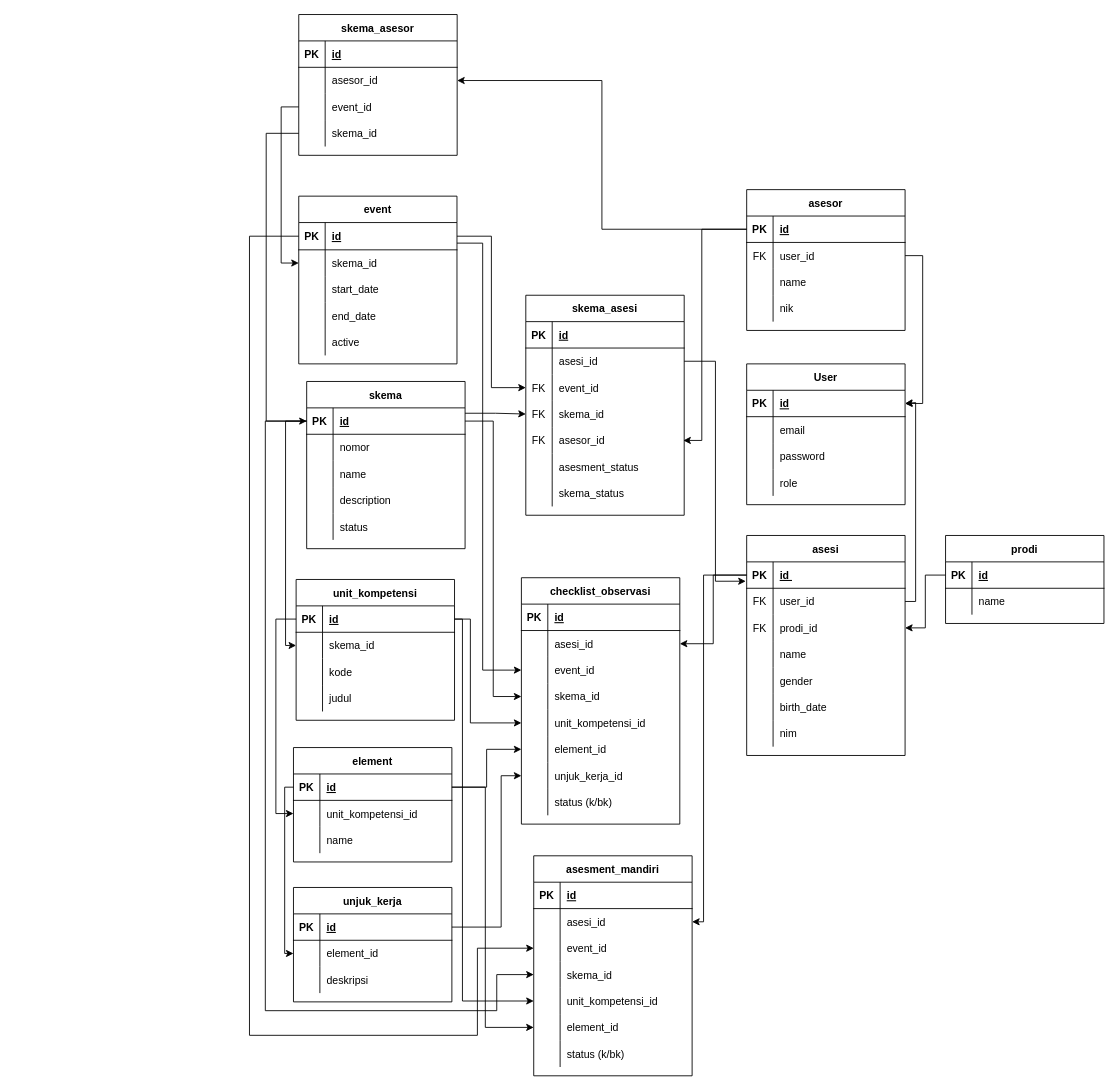
The draw.io diagram erd.drawio in nzzar/proyeklsp, before the edit. Source tidied: cells renumbered, new cells numbered last; positions are measured from the earlier drawing's top-left corner, leaving out a move shared by most shapes. Both pictures are drawn from the tidied source at 88%, with x=0, y=0 at pixel (249, 14).
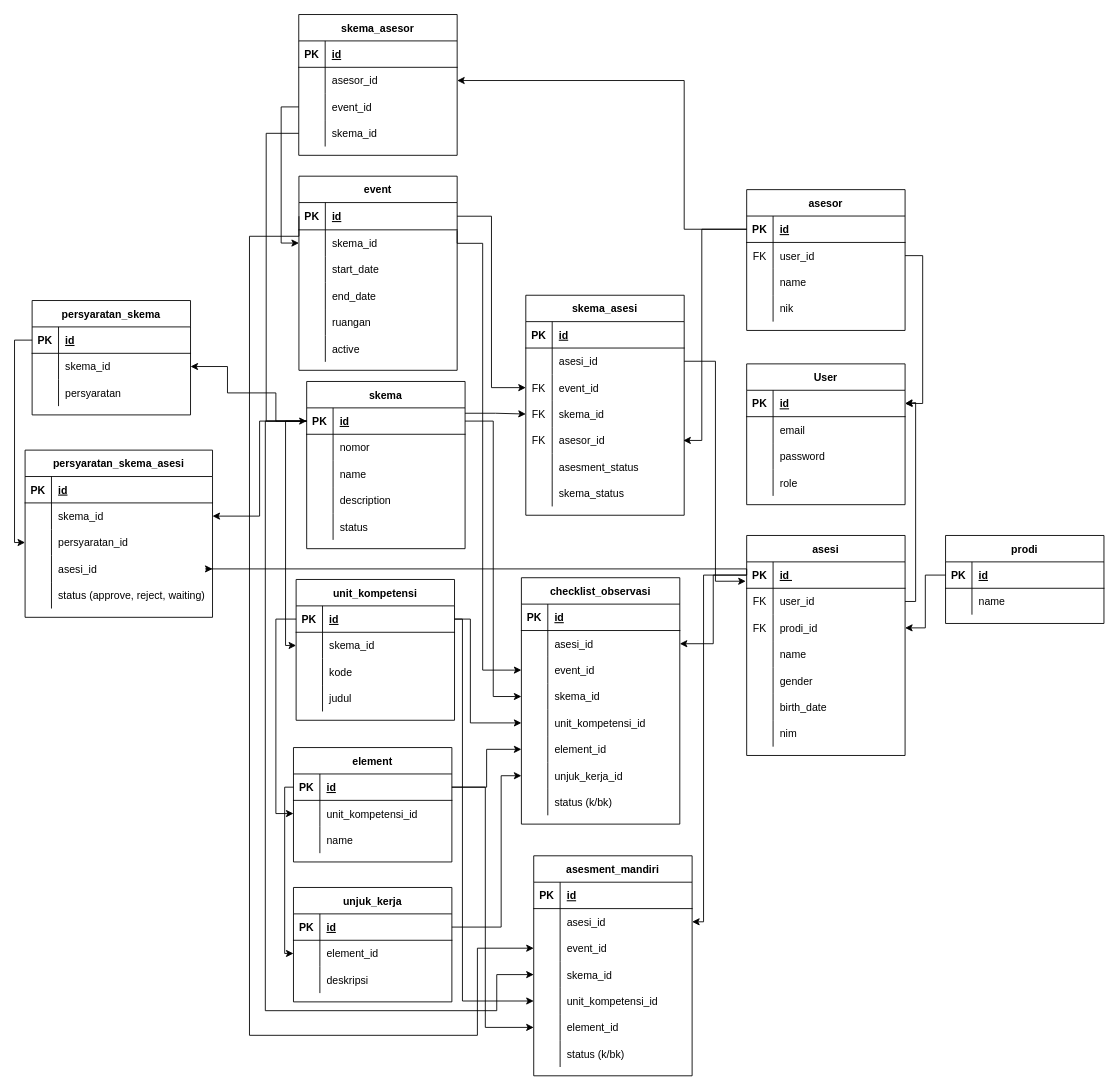
The same diagram, later.

The change refers to these unchanged cells:
```xml
<mxCell id="16" style="shape=tableRow;horizontal=0;startSize=0;swimlaneHead=0;swimlaneBody=0;fillColor=none;points=[[0,0.5],[1,0.5]];portConstraint=eastwest;top=0;left=0;right=0;bottom=1;" parent="15" vertex="1">
  <mxGeometry y="30" width="180" height="30" as="geometry" />
</mxCell>
<mxCell id="45" style="shape=tableRow;horizontal=0;startSize=0;swimlaneHead=0;swimlaneBody=0;fillColor=none;points=[[0,0.5],[1,0.5]];portConstraint=eastwest;top=0;left=0;right=0;bottom=1;" parent="44" vertex="1">
  <mxGeometry y="30" width="180" height="30" as="geometry" />
</mxCell>
<mxCell id="79" style="shape=tableRow;horizontal=0;startSize=0;swimlaneHead=0;swimlaneBody=0;fillColor=none;points=[[0,0.5],[1,0.5]];portConstraint=eastwest;top=0;left=0;right=0;bottom=1;" parent="78" vertex="1">
  <mxGeometry y="30" width="180" height="30" as="geometry" />
</mxCell>
<mxCell id="122" style="shape=tableRow;horizontal=0;startSize=0;swimlaneHead=0;swimlaneBody=0;fillColor=none;points=[[0,0.5],[1,0.5]];portConstraint=eastwest;top=0;left=0;right=0;bottom=0;" parent="118" vertex="1">
  <mxGeometry y="60" width="180" height="30" as="geometry" />
</mxCell>
```

Change to the diagram source:
```diff
@@
     <mxCell id="61" value="event" style="shape=table;startSize=30;childLayout=tableLayout;rowLines=0;fontStyle=1;align=center;points=[[0,0,0,0,0],[0,0.25,0,0,0],[0,0.5,0,0,0],[0,0.75,0,0,0],[0,1,0,0,0],[0.25,0,0,0,0],[0.25,1,0,0,0],[0.5,0,0,0,0],[0.5,1,0,0,0],[0.75,0,0,0,0],[0.75,1,0,0,0],[1,0,0,0,0],[1,0.22,0,0,0],[1,0.28,0,0,0],[1,0.5,0,0,0],[1,0.75,0,0,0],[1,1,0,0,0]];" parent="1" vertex="1">
-      <mxGeometry x="56" y="206.4" width="179.8" height="190.6" as="geometry" />
+      <mxGeometry x="56.2" y="183.7" width="179.8" height="220.6" as="geometry" />
     </mxCell>
@@
+    <mxCell id="228" style="shape=tableRow;horizontal=0;startSize=0;swimlaneHead=0;swimlaneBody=0;fillColor=none;top=0;left=0;right=0;bottom=0;" parent="61" vertex="1">
+      <mxGeometry y="151" width="179.8" height="30" as="geometry" />
+    </mxCell>
+    <mxCell id="229" style="shape=partialRectangle;fillColor=none;top=0;left=0;bottom=0;right=0;overflow=hidden;" parent="228" vertex="1">
+      <mxGeometry width="30" height="30" as="geometry" />
+    </mxCell>
+    <mxCell id="230" value="ruangan" style="shape=partialRectangle;fillColor=none;top=0;left=0;bottom=0;right=0;align=left;spacingLeft=6;overflow=hidden;" parent="228" vertex="1">
+      <mxGeometry x="30" width="149.8" height="30" as="geometry" />
+    </mxCell>
     <mxCell id="74" style="shape=tableRow;horizontal=0;startSize=0;swimlaneHead=0;swimlaneBody=0;fillColor=none;top=0;left=0;right=0;bottom=0;" parent="61" vertex="1">
-      <mxGeometry y="151" width="179.8" height="30" as="geometry" />
+      <mxGeometry y="181" width="179.8" height="30" as="geometry" />
     </mxCell>
@@
     <mxCell id="132" style="edgeStyle=orthogonalEdgeStyle;rounded=0;jettySize=auto;html=1;exitX=0;exitY=0.5;exitDx=0;exitDy=0;entryX=1;entryY=0.5;entryDx=0;entryDy=0;" parent="1" edge="1" source="45" target="122">
-      <mxGeometry relative="1" as="geometry" />
+      <mxGeometry relative="1" as="geometry">
+        <Array as="points">
+          <mxPoint x="494" y="244" />
+          <mxPoint x="494" y="75" />
+        </Array>
+      </mxGeometry>
     </mxCell>
@@
+    <mxCell id="231" value="persyaratan_skema" style="shape=table;startSize=30;childLayout=tableLayout;rowLines=0;fontStyle=1;align=center;" parent="1" vertex="1">
+      <mxGeometry x="-247" y="325" width="180" height="130" as="geometry" />
+    </mxCell>
+    <mxCell id="232" style="shape=tableRow;horizontal=0;startSize=0;swimlaneHead=0;swimlaneBody=0;fillColor=none;points=[[0,0.5],[1,0.5]];portConstraint=eastwest;top=0;left=0;right=0;bottom=1;" parent="231" vertex="1">
+      <mxGeometry y="30" width="180" height="30" as="geometry" />
+    </mxCell>
+    <mxCell id="233" value="PK" style="shape=partialRectangle;fillColor=none;top=0;left=0;bottom=0;right=0;fontStyle=1;overflow=hidden;" parent="232" vertex="1">
+      <mxGeometry width="30" height="30" as="geometry" />
+    </mxCell>
+    <mxCell id="234" value="id" style="shape=partialRectangle;fillColor=none;top=0;left=0;bottom=0;right=0;align=left;spacingLeft=6;fontStyle=5;overflow=hidden;" parent="232" vertex="1">
+      <mxGeometry x="30" width="150" height="30" as="geometry" />
+    </mxCell>
+    <mxCell id="235" style="shape=tableRow;horizontal=0;startSize=0;swimlaneHead=0;swimlaneBody=0;fillColor=none;points=[[0,0.5],[1,0.5]];portConstraint=eastwest;top=0;left=0;right=0;bottom=0;" parent="231" vertex="1">
+      <mxGeometry y="60" width="180" height="30" as="geometry" />
+    </mxCell>
+    <mxCell id="236" style="shape=partialRectangle;fillColor=none;top=0;left=0;bottom=0;right=0;overflow=hidden;" parent="235" vertex="1">
+      <mxGeometry width="30" height="30" as="geometry" />
+    </mxCell>
+    <mxCell id="237" value="skema_id" style="shape=partialRectangle;fillColor=none;top=0;left=0;bottom=0;right=0;align=left;spacingLeft=6;overflow=hidden;" parent="235" vertex="1">
+      <mxGeometry x="30" width="150" height="30" as="geometry" />
+    </mxCell>
+    <mxCell id="238" style="shape=tableRow;horizontal=0;startSize=0;swimlaneHead=0;swimlaneBody=0;fillColor=none;top=0;left=0;right=0;bottom=0;" parent="231" vertex="1">
+      <mxGeometry y="90" width="180" height="30" as="geometry" />
+    </mxCell>
+    <mxCell id="239" style="shape=partialRectangle;fillColor=none;top=0;left=0;bottom=0;right=0;overflow=hidden;" parent="238" vertex="1">
+      <mxGeometry width="30" height="30" as="geometry" />
+    </mxCell>
+    <mxCell id="240" value="persyaratan" style="shape=partialRectangle;fillColor=none;top=0;left=0;bottom=0;right=0;align=left;spacingLeft=6;overflow=hidden;" parent="238" vertex="1">
+      <mxGeometry x="30" width="150" height="30" as="geometry" />
+    </mxCell>
+    <mxCell id="241" style="edgeStyle=orthogonalEdgeStyle;rounded=0;jettySize=auto;html=1;exitX=0;exitY=0.5;exitDx=0;exitDy=0;entryX=1;entryY=0.5;entryDx=0;entryDy=0;" parent="1" edge="1" source="79" target="235">
+      <mxGeometry relative="1" as="geometry">
+        <Array as="points">
+          <mxPoint x="30" y="462" />
+          <mxPoint x="30" y="430" />
+          <mxPoint x="-25" y="430" />
+          <mxPoint x="-25" y="400" />
+        </Array>
+      </mxGeometry>
+    </mxCell>
+    <mxCell id="242" value="persyaratan_skema_asesi" style="shape=table;startSize=30;childLayout=tableLayout;rowLines=0;fontStyle=1;align=center;" parent="1" vertex="1">
+      <mxGeometry x="-255" y="495" width="213" height="190" as="geometry" />
+    </mxCell>
+    <mxCell id="243" style="shape=tableRow;horizontal=0;startSize=0;swimlaneHead=0;swimlaneBody=0;fillColor=none;top=0;left=0;right=0;bottom=1;" parent="242" vertex="1">
+      <mxGeometry y="30" width="213" height="30" as="geometry" />
+    </mxCell>
+    <mxCell id="244" value="PK" style="shape=partialRectangle;fillColor=none;top=0;left=0;bottom=0;right=0;fontStyle=1;overflow=hidden;" parent="243" vertex="1">
+      <mxGeometry width="30" height="30" as="geometry" />
+    </mxCell>
+    <mxCell id="245" value="id" style="shape=partialRectangle;fillColor=none;top=0;left=0;bottom=0;right=0;align=left;spacingLeft=6;fontStyle=5;overflow=hidden;" parent="243" vertex="1">
+      <mxGeometry x="30" width="183" height="30" as="geometry" />
+    </mxCell>
+    <mxCell id="246" style="shape=tableRow;horizontal=0;startSize=0;swimlaneHead=0;swimlaneBody=0;fillColor=none;points=[[0,0.5],[1,0.5]];portConstraint=eastwest;top=0;left=0;right=0;bottom=0;" parent="242" vertex="1">
+      <mxGeometry y="60" width="213" height="30" as="geometry" />
+    </mxCell>
+    <mxCell id="247" style="shape=partialRectangle;fillColor=none;top=0;left=0;bottom=0;right=0;overflow=hidden;" parent="246" vertex="1">
+      <mxGeometry width="30" height="30" as="geometry" />
+    </mxCell>
+    <mxCell id="248" value="skema_id" style="shape=partialRectangle;fillColor=none;top=0;left=0;bottom=0;right=0;align=left;spacingLeft=6;overflow=hidden;" parent="246" vertex="1">
+      <mxGeometry x="30" width="183" height="30" as="geometry" />
+    </mxCell>
+    <mxCell id="249" style="shape=tableRow;horizontal=0;startSize=0;swimlaneHead=0;swimlaneBody=0;fillColor=none;points=[[0,0.5],[1,0.5]];portConstraint=eastwest;top=0;left=0;right=0;bottom=0;" parent="242" vertex="1">
+      <mxGeometry y="90" width="213" height="30" as="geometry" />
+    </mxCell>
+    <mxCell id="250" style="shape=partialRectangle;fillColor=none;top=0;left=0;bottom=0;right=0;overflow=hidden;" parent="249" vertex="1">
+      <mxGeometry width="30" height="30" as="geometry" />
+    </mxCell>
+    <mxCell id="251" value="persyaratan_id" style="shape=partialRectangle;fillColor=none;top=0;left=0;bottom=0;right=0;align=left;spacingLeft=6;overflow=hidden;" parent="249" vertex="1">
+      <mxGeometry x="30" width="183" height="30" as="geometry" />
+    </mxCell>
+    <mxCell id="252" style="shape=tableRow;horizontal=0;startSize=0;swimlaneHead=0;swimlaneBody=0;fillColor=none;points=[[0,0.5],[1,0.5]];portConstraint=eastwest;top=0;left=0;right=0;bottom=0;" parent="242" vertex="1">
+      <mxGeometry y="120" width="213" height="30" as="geometry" />
+    </mxCell>
+    <mxCell id="253" style="shape=partialRectangle;fillColor=none;top=0;left=0;bottom=0;right=0;overflow=hidden;" parent="252" vertex="1">
+      <mxGeometry width="30" height="30" as="geometry" />
+    </mxCell>
+    <mxCell id="254" value="asesi_id" style="shape=partialRectangle;fillColor=none;top=0;left=0;bottom=0;right=0;align=left;spacingLeft=6;overflow=hidden;" parent="252" vertex="1">
+      <mxGeometry x="30" width="183" height="30" as="geometry" />
+    </mxCell>
+    <mxCell id="255" style="shape=tableRow;horizontal=0;startSize=0;swimlaneHead=0;swimlaneBody=0;fillColor=none;top=0;left=0;right=0;bottom=0;" parent="242" vertex="1">
+      <mxGeometry y="150" width="213" height="30" as="geometry" />
+    </mxCell>
+    <mxCell id="256" style="shape=partialRectangle;fillColor=none;top=0;left=0;bottom=0;right=0;overflow=hidden;" parent="255" vertex="1">
+      <mxGeometry width="30" height="30" as="geometry" />
+    </mxCell>
+    <mxCell id="257" value="status (approve, reject, waiting)" style="shape=partialRectangle;fillColor=none;top=0;left=0;bottom=0;right=0;align=left;spacingLeft=6;overflow=hidden;" parent="255" vertex="1">
+      <mxGeometry x="30" width="183" height="30" as="geometry" />
+    </mxCell>
+    <mxCell id="258" style="edgeStyle=orthogonalEdgeStyle;rounded=0;jettySize=auto;html=1;exitX=0;exitY=0.5;exitDx=0;exitDy=0;entryX=1;entryY=0.5;entryDx=0;entryDy=0;" parent="1" edge="1" source="79" target="246">
+      <mxGeometry relative="1" as="geometry" />
+    </mxCell>
+    <mxCell id="259" style="edgeStyle=orthogonalEdgeStyle;rounded=0;jettySize=auto;html=1;exitX=0;exitY=0.5;exitDx=0;exitDy=0;entryX=0;entryY=0.5;entryDx=0;entryDy=0;" parent="1" edge="1" source="232" target="249">
+      <mxGeometry relative="1" as="geometry" />
+    </mxCell>
+    <mxCell id="260" style="edgeStyle=orthogonalEdgeStyle;rounded=0;jettySize=auto;html=1;exitX=0;exitY=0.5;exitDx=0;exitDy=0;entryX=1;entryY=0.5;entryDx=0;entryDy=0;" parent="1" edge="1" source="16" target="252">
+      <mxGeometry relative="1" as="geometry">
+        <Array as="points">
+          <mxPoint x="565" y="630" />
+          <mxPoint x="-50" y="630" />
+        </Array>
+      </mxGeometry>
+    </mxCell>
```
